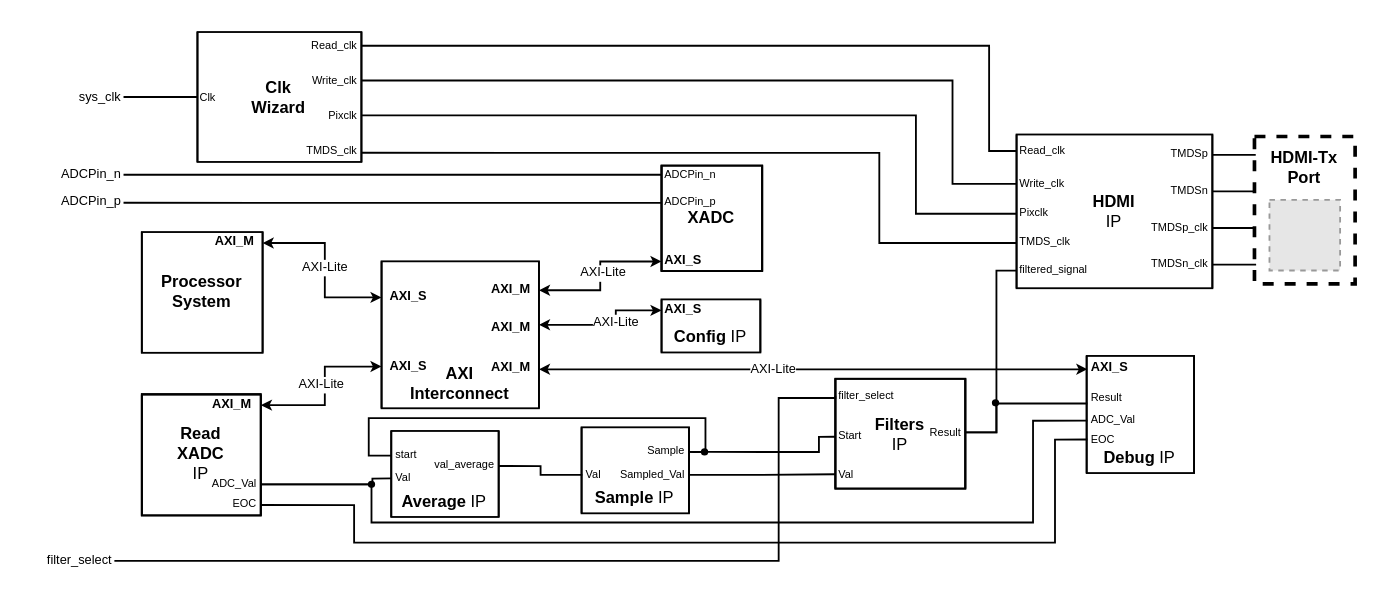
This is page "BlockDiagram_BW" (6 of 9) of design/BlockDiagram.drawio from ESRGgroup9/oscilloscope_fpga, a draw.io file, before an edit. Source tidied: cells renumbered, new cells numbered last; positions are measured from the earlier drawing's top-left corner, leaving out a move shared by most shapes. Both pictures are drawn from the tidied source at 183%, with x=0, y=0 at pixel (31, 31). Pictures stored in the file or linked from it are replaced by grey dashed boxes.
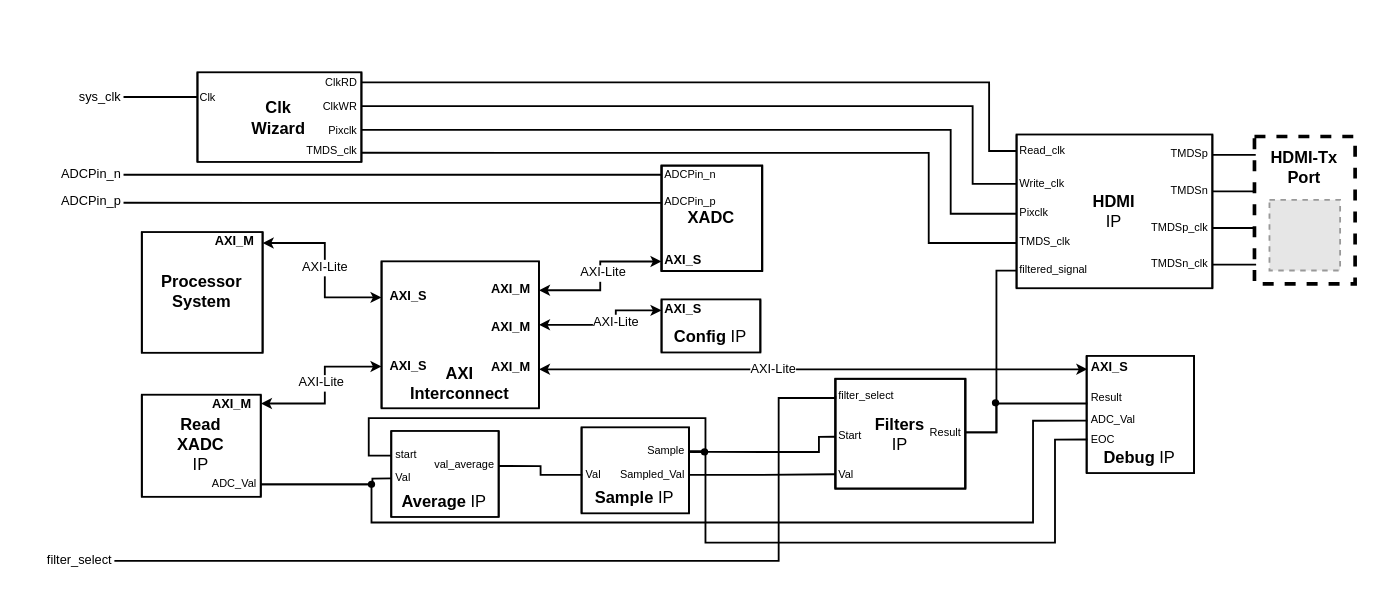
After the change.

Unchanged cells that the change refers to:
```xml
<mxCell id="6" value="TMDS_clk" style="text;html=1;strokeColor=none;fillColor=none;align=left;verticalAlign=middle;whiteSpace=wrap;rounded=0;fontSize=6;" parent="1" vertex="1">
  <mxGeometry x="538" y="105.3" width="20" height="20" as="geometry" />
</mxCell>
<mxCell id="12" value="TMDS_clk" style="text;html=1;strokeColor=none;fillColor=none;align=right;verticalAlign=middle;whiteSpace=wrap;rounded=0;fontSize=6;" parent="1" vertex="1">
  <mxGeometry x="160" y="60" width="20" height="10" as="geometry" />
</mxCell>
<mxCell id="13" value="Pixclk" style="text;html=1;strokeColor=none;fillColor=none;align=left;verticalAlign=middle;whiteSpace=wrap;rounded=0;fontSize=6;" parent="1" vertex="1">
  <mxGeometry x="538" y="89.3" width="20" height="20" as="geometry" />
</mxCell>
<mxCell id="33" value="&lt;div style=&quot;font-size: 7px;&quot;&gt;&lt;b style=&quot;font-size: 7px;&quot;&gt;AXI_S&lt;/b&gt;&lt;/div&gt;" style="shape=process;whiteSpace=wrap;html=1;backgroundOutline=1;fontSize=7;strokeColor=none;fillColor=none;size=0;verticalAlign=middle;" parent="1" vertex="1">
  <mxGeometry x="191" y="177.8" width="30" height="10" as="geometry" />
</mxCell>
<mxCell id="42" value="Write_clk" style="text;html=1;strokeColor=none;fillColor=none;align=left;verticalAlign=middle;whiteSpace=wrap;rounded=0;fontSize=6;" parent="1" vertex="1">
  <mxGeometry x="538" y="73" width="20" height="20" as="geometry" />
</mxCell>
<mxCell id="64" value="Read_clk" style="text;html=1;strokeColor=none;fillColor=none;align=left;verticalAlign=middle;whiteSpace=wrap;rounded=0;fontSize=6;" parent="1" vertex="1">
  <mxGeometry x="538" y="55" width="20" height="20" as="geometry" />
</mxCell>
<mxCell id="70" value="EOC" style="text;html=1;strokeColor=none;fillColor=none;align=left;verticalAlign=middle;whiteSpace=wrap;rounded=0;fontSize=6;" parent="67" vertex="1">
  <mxGeometry x="1.7" y="40" width="36.4" height="11.3" as="geometry" />
</mxCell>
```

Change to the diagram source:
```diff
@@
     <mxCell id="7" value="&lt;div&gt;Clk&lt;/div&gt;&lt;div&gt;Wizard&lt;/div&gt;" style="shape=process;whiteSpace=wrap;html=1;backgroundOutline=1;fontSize=9;strokeColor=default;fillColor=none;size=0;fontStyle=1;" parent="1" vertex="1">
-      <mxGeometry x="90.4" width="89.6" height="71" as="geometry" />
+      <mxGeometry x="90.4" y="22" width="89.6" height="49" as="geometry" />
     </mxCell>
@@
     <mxCell id="9" style="edgeStyle=orthogonalEdgeStyle;rounded=0;jettySize=auto;html=1;exitX=1;exitY=0.5;exitDx=0;exitDy=0;entryX=0;entryY=0.5;entryDx=0;entryDy=0;endArrow=none;endFill=0;" parent="1" edge="1" source="10" target="13">
       <mxGeometry relative="1" as="geometry">
         <Array as="points">
-          <mxPoint x="483" y="45" />
-          <mxPoint x="483" y="100" />
+          <mxPoint x="502" y="54" />
+          <mxPoint x="502" y="99" />
         </Array>
       </mxGeometry>
     </mxCell>
     <mxCell id="10" value="Pixclk" style="text;html=1;strokeColor=none;fillColor=none;align=right;verticalAlign=middle;whiteSpace=wrap;rounded=0;fontSize=6;" parent="1" vertex="1">
-      <mxGeometry x="160" y="39" width="20" height="13" as="geometry" />
+      <mxGeometry x="160" y="47" width="20" height="13" as="geometry" />
     </mxCell>
     <mxCell id="11" style="edgeStyle=orthogonalEdgeStyle;rounded=0;jettySize=auto;html=1;exitX=0.997;exitY=0.599;exitDx=0;exitDy=0;entryX=0;entryY=0.5;entryDx=0;entryDy=0;fontSize=9;endSize=3;exitPerimeter=0;endArrow=none;endFill=0;" parent="1" edge="1" source="12" target="6">
       <mxGeometry relative="1" as="geometry">
         <Array as="points">
-          <mxPoint x="463" y="66" />
-          <mxPoint x="463" y="115" />
+          <mxPoint x="490" y="66" />
+          <mxPoint x="490" y="115" />
         </Array>
       </mxGeometry>
     </mxCell>
@@
     <mxCell id="31" style="edgeStyle=orthogonalEdgeStyle;rounded=0;jettySize=auto;html=1;entryX=1.001;entryY=0.086;entryDx=0;entryDy=0;endSize=3;startSize=3;startArrow=classic;startFill=1;entryPerimeter=0;" parent="1" edge="1" source="33" target="51">
       <mxGeometry relative="1" as="geometry">
         <Array as="points">
           <mxPoint x="160" y="183" />
-          <mxPoint x="160" y="204" />
+          <mxPoint x="160" y="203" />
         </Array>
       </mxGeometry>
     </mxCell>
@@
-    <mxCell id="39" style="group;fillColor=none;strokeColor=default;" parent="1" vertex="1">
-      <mxGeometry x="60" y="197.8" width="65" height="66.3" as="geometry" />
-    </mxCell>
     <mxCell id="40" style="edgeStyle=orthogonalEdgeStyle;rounded=0;jettySize=auto;html=1;exitX=1;exitY=0.5;exitDx=0;exitDy=0;entryX=0;entryY=0.5;entryDx=0;entryDy=0;endArrow=none;endFill=0;" parent="1" edge="1" source="41" target="42">
       <mxGeometry relative="1" as="geometry">
         <Array as="points">
-          <mxPoint x="503" y="27" />
-          <mxPoint x="503" y="83" />
+          <mxPoint x="514" y="41" />
+          <mxPoint x="514" y="83" />
         </Array>
       </mxGeometry>
     </mxCell>
-    <mxCell id="41" value="Write_clk" style="text;html=1;align=right;verticalAlign=middle;whiteSpace=wrap;rounded=0;fontSize=6;" parent="1" vertex="1">
-      <mxGeometry x="160" y="20" width="20" height="13" as="geometry" />
+    <mxCell id="41" value="ClkWR" style="text;html=1;align=right;verticalAlign=middle;whiteSpace=wrap;rounded=0;fontSize=6;" parent="1" vertex="1">
+      <mxGeometry x="160" y="34" width="20" height="13" as="geometry" />
     </mxCell>
@@
     <mxCell id="51" value="&lt;div&gt;Read&lt;/div&gt;&lt;div&gt;XADC &lt;span style=&quot;font-weight: normal;&quot;&gt;&lt;br&gt;&lt;/span&gt;&lt;/div&gt;&lt;div&gt;&lt;span style=&quot;font-weight: normal;&quot;&gt;IP&lt;/span&gt;&lt;/div&gt;" style="shape=process;whiteSpace=wrap;html=1;backgroundOutline=1;fontSize=9;strokeColor=default;fillColor=none;size=0;fontStyle=1;align=center;" parent="1" vertex="1">
-      <mxGeometry x="60" y="198.2" width="65" height="66" as="geometry" />
+      <mxGeometry x="60" y="198.2" width="65" height="55.8" as="geometry" />
     </mxCell>
@@
-    <mxCell id="56" value="EOC" style="text;html=1;strokeColor=none;fillColor=none;align=right;verticalAlign=middle;whiteSpace=wrap;rounded=0;fontSize=6;" parent="1" vertex="1">
-      <mxGeometry x="81.7" y="252.8" width="43.3" height="11.3" as="geometry" />
-    </mxCell>
@@
     <mxCell id="65" style="edgeStyle=orthogonalEdgeStyle;rounded=0;jettySize=auto;html=1;exitX=1;exitY=0.5;exitDx=0;exitDy=0;entryX=0;entryY=0.5;entryDx=0;entryDy=0;endArrow=none;endFill=0;" parent="1" edge="1" source="66" target="64">
       <mxGeometry relative="1" as="geometry">
         <Array as="points">
-          <mxPoint x="523" y="7" />
+          <mxPoint x="523" y="28" />
           <mxPoint x="523" y="65" />
         </Array>
       </mxGeometry>
     </mxCell>
-    <mxCell id="66" value="Read_clk" style="text;html=1;align=right;verticalAlign=middle;whiteSpace=wrap;rounded=0;fontSize=6;" parent="1" vertex="1">
-      <mxGeometry x="160" y="1" width="20" height="13" as="geometry" />
+    <mxCell id="66" value="ClkRD" style="text;html=1;align=right;verticalAlign=middle;whiteSpace=wrap;rounded=0;fontSize=6;" parent="1" vertex="1">
+      <mxGeometry x="160" y="21" width="20" height="13" as="geometry" />
     </mxCell>
@@
-    <mxCell id="94" style="edgeStyle=orthogonalEdgeStyle;rounded=0;jettySize=auto;html=1;exitX=0;exitY=0.5;exitDx=0;exitDy=0;entryX=1;entryY=0.5;entryDx=0;entryDy=0;fontSize=7;startArrow=none;startFill=0;endArrow=none;endFill=0;startSize=3;endSize=3;" parent="1" edge="1" source="70" target="56">
+    <mxCell id="94" style="edgeStyle=orthogonalEdgeStyle;rounded=0;jettySize=auto;html=1;exitX=0;exitY=0.5;exitDx=0;exitDy=0;fontSize=7;startArrow=none;startFill=0;endArrow=none;endFill=0;startSize=3;endSize=3;" parent="1" edge="1" source="70">
       <mxGeometry relative="1" as="geometry">
+        <mxPoint x="359" y="229" as="targetPoint" />
         <Array as="points">
           <mxPoint x="559" y="223" />
           <mxPoint x="559" y="279" />
-          <mxPoint x="176" y="279" />
-          <mxPoint x="176" y="259" />
+          <mxPoint x="368" y="279" />
+          <mxPoint x="368" y="229" />
+          <mxPoint x="359" y="229" />
         </Array>
       </mxGeometry>
     </mxCell>
```
